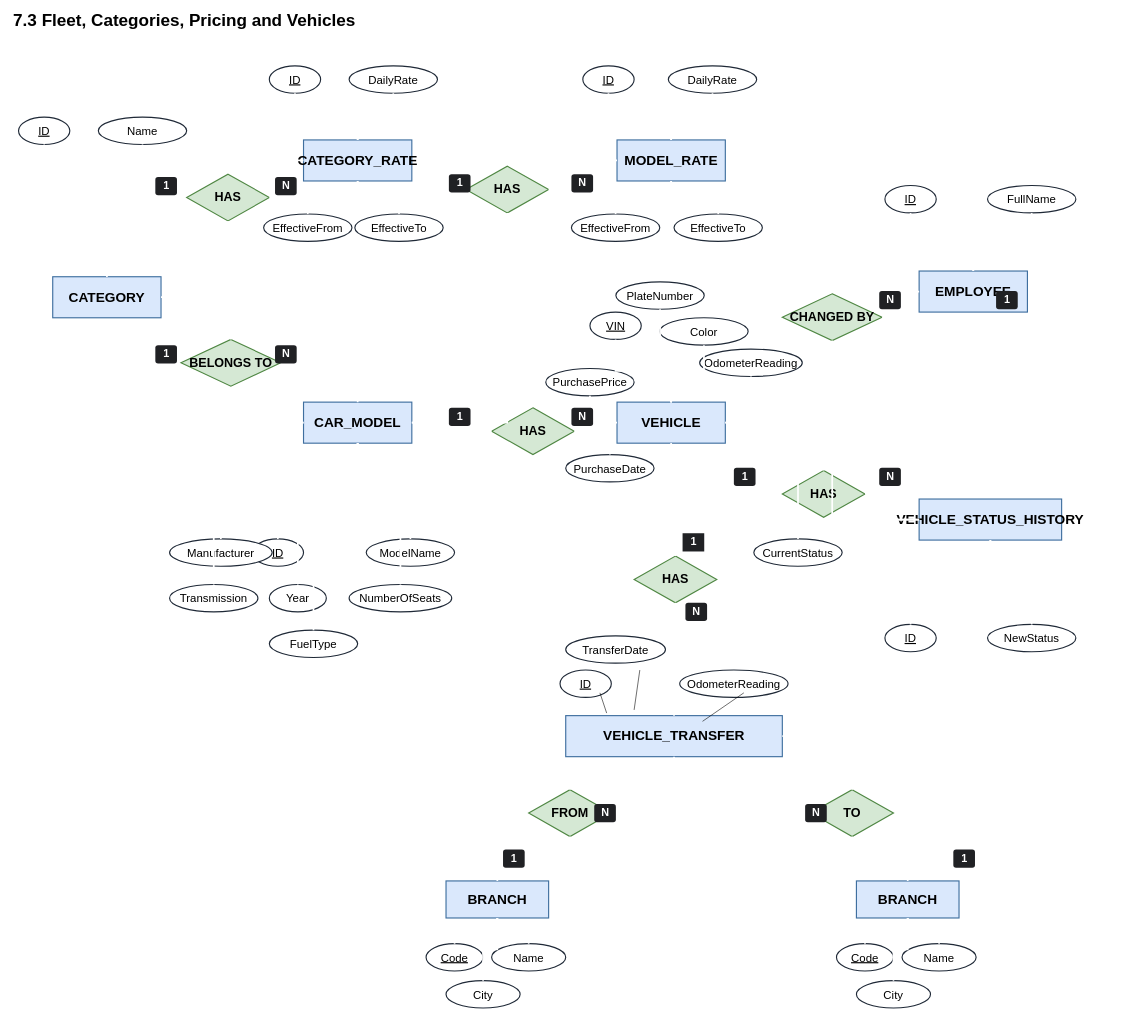
abdallahbdreldin/abdallahbdreldin-Database-Assignment-1 keeps this draw.io diagram as page "Page-3" (3 of 16) of submission/assignment/DriveNow.drawio. Above is the earlier version. Source tidied: cells renumbered, new cells numbered last; positions are measured from the earlier drawing's top-left corner, leaving out a move shared by most shapes. Both pictures are drawn from the tidied source at 57%, with x=0, y=0 at pixel (10, 14).
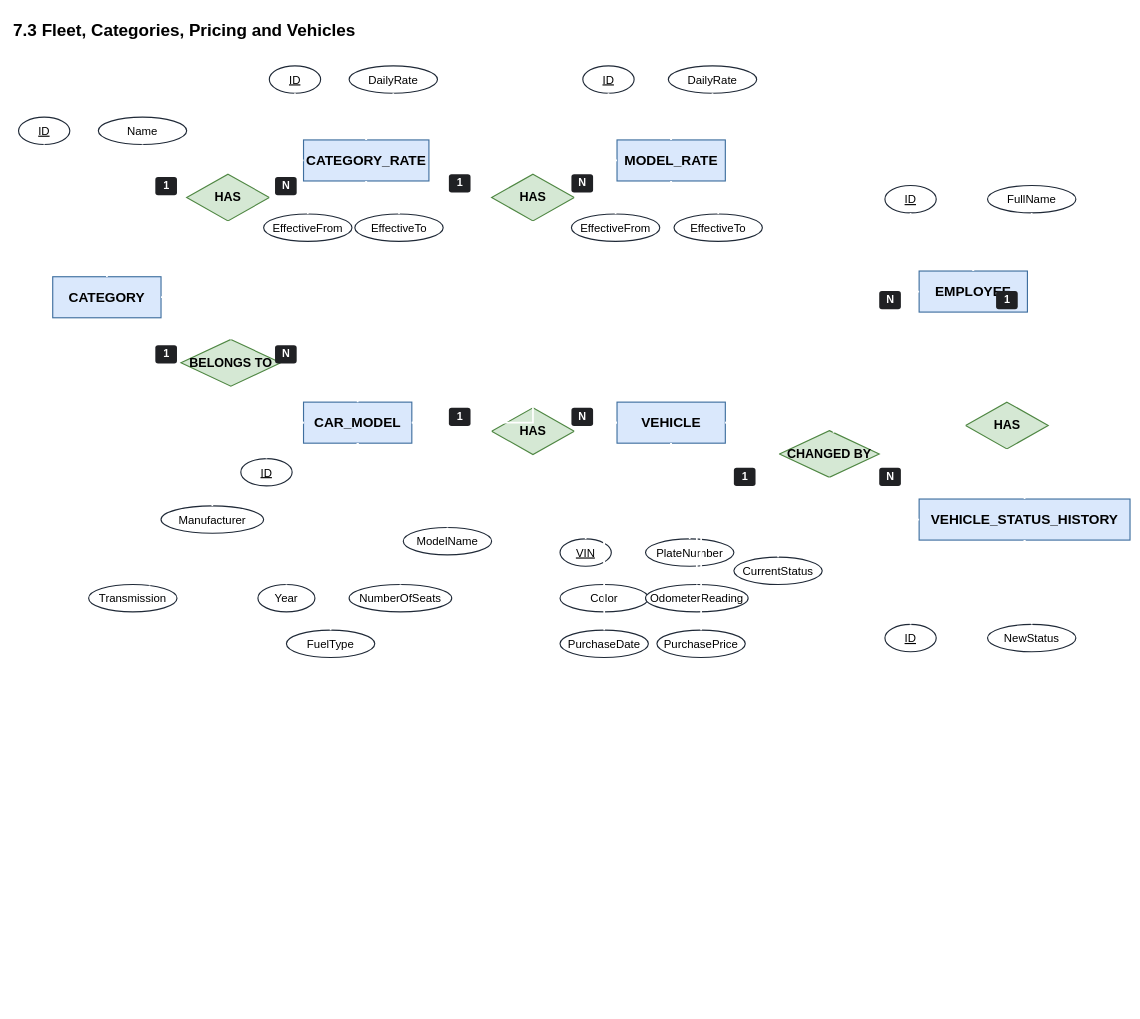
The same diagram, later.

The change refers to these unchanged cells:
```xml
<mxCell id="5" value="CAR_MODEL" style="rounded=0;whiteSpace=wrap;html=1;fillColor=#DAE8FC;strokeColor=#3F6F9F;strokeWidth=2;fontStyle=1;fontSize=24;fontColor=#000000;" parent="1" vertex="1">
  <mxGeometry x="515" y="680" width="190" height="72" as="geometry" />
</mxCell>
<mxCell id="6" value="MODEL_RATE" style="rounded=0;whiteSpace=wrap;html=1;fillColor=#DAE8FC;strokeColor=#3F6F9F;strokeWidth=2;fontStyle=1;fontSize=24;fontColor=#000000;" parent="1" vertex="1">
  <mxGeometry x="1065" y="220" width="190" height="72" as="geometry" />
</mxCell>
<mxCell id="7" value="VEHICLE" style="rounded=0;whiteSpace=wrap;html=1;fillColor=#DAE8FC;strokeColor=#3F6F9F;strokeWidth=2;fontStyle=1;fontSize=24;fontColor=#000000;" parent="1" vertex="1">
  <mxGeometry x="1065" y="680" width="190" height="72" as="geometry" />
</mxCell>
<mxCell id="9" value="EMPLOYEE" style="rounded=0;whiteSpace=wrap;html=1;fillColor=#DAE8FC;strokeColor=#3F6F9F;strokeWidth=2;fontStyle=1;fontSize=24;fontColor=#000000;" parent="1" vertex="1">
  <mxGeometry x="1595" y="450" width="190" height="72" as="geometry" />
</mxCell>
```

Diff of the diagram source:
```diff
@@
-    <mxCell id="2" value="7.3 Fleet, Categories, Pricing and Vehicles&lt;div&gt;&lt;br&gt;&lt;/div&gt;" style="text;html=1;align=left;verticalAlign=middle;fontStyle=1;fontSize=30;strokeColor=none;fillColor=#FFFFFF;fontColor=#000000;rounded=1;spacing=6;" parent="1" vertex="1">
+    <mxCell id="2" value="7.3 Fleet, Categories, Pricing and Vehicles" style="text;html=1;align=left;verticalAlign=middle;fontStyle=1;fontSize=30;strokeColor=none;fillColor=#FFFFFF;fontColor=#000000;rounded=1;spacing=6;" parent="1" vertex="1">
       <mxGeometry width="1500" height="55" as="geometry" />
     </mxCell>
@@
     <mxCell id="4" value="CATEGORY_RATE" style="rounded=0;whiteSpace=wrap;html=1;fillColor=#DAE8FC;strokeColor=#3F6F9F;strokeWidth=2;fontStyle=1;fontSize=24;fontColor=#000000;" parent="1" vertex="1">
-      <mxGeometry x="515" y="220" width="190" height="72" as="geometry" />
+      <mxGeometry x="515" y="220" width="220" height="72" as="geometry" />
     </mxCell>
@@
     <mxCell id="8" value="VEHICLE_STATUS_HISTORY" style="rounded=0;whiteSpace=wrap;html=1;fillColor=#DAE8FC;strokeColor=#3F6F9F;strokeWidth=2;fontStyle=1;fontSize=24;fontColor=#000000;" parent="1" vertex="1">
-      <mxGeometry x="1595" y="850" width="250" height="72" as="geometry" />
+      <mxGeometry x="1595" y="850" width="370" height="72" as="geometry" />
     </mxCell>
@@
-    <mxCell id="12" value="HAS" style="rhombus;whiteSpace=wrap;html=1;fillColor=#D5E8D4;strokeColor=#4F8743;strokeWidth=2;fontStyle=1;fontSize=22;fontColor=#000000;" parent="1" vertex="1">
-      <mxGeometry x="800" y="266" width="145" height="82" as="geometry" />
-    </mxCell>
+    <mxCell id="132" value="HAS" style="rhombus;whiteSpace=wrap;html=1;fillColor=#D5E8D4;strokeColor=#4F8743;strokeWidth=2;fontStyle=1;fontSize=22;fontColor=#000000;" parent="1" vertex="1">
+      <mxGeometry x="845" y="280" width="145" height="82" as="geometry" />
+    </mxCell>
@@
-    <mxCell id="14" value="HAS" style="rhombus;whiteSpace=wrap;html=1;fillColor=#D5E8D4;strokeColor=#4F8743;strokeWidth=2;fontStyle=1;fontSize=22;fontColor=#000000;" parent="1" vertex="1">
-      <mxGeometry x="1355" y="800" width="145" height="82" as="geometry" />
-    </mxCell>
+    <mxCell id="133" value="HAS" style="rhombus;whiteSpace=wrap;html=1;fillColor=#D5E8D4;strokeColor=#4F8743;strokeWidth=2;fontStyle=1;fontSize=22;fontColor=#000000;" parent="1" vertex="1">
+      <mxGeometry x="1676.5" y="680" width="145" height="82" as="geometry" />
+    </mxCell>
     <mxCell id="15" value="CHANGED BY" style="rhombus;whiteSpace=wrap;html=1;fillColor=#D5E8D4;strokeColor=#4F8743;strokeWidth=2;fontStyle=1;fontSize=22;fontColor=#000000;" parent="1" vertex="1">
-      <mxGeometry x="1355" y="490" width="175" height="82" as="geometry" />
+      <mxGeometry x="1350" y="730" width="175" height="82" as="geometry" />
     </mxCell>
@@
-    <mxCell id="22" value="ID" style="ellipse;whiteSpace=wrap;html=1;fillColor=#FFFFFF;strokeColor=#1F2937;strokeWidth=2;fontSize=20;fontStyle=4;fontColor=#000000;" parent="1" vertex="1">
-      <mxGeometry x="425" y="920" width="90" height="48" as="geometry" />
-    </mxCell>
+    <mxCell id="134" value="ID" style="ellipse;whiteSpace=wrap;html=1;fillColor=#FFFFFF;strokeColor=#1F2937;strokeWidth=2;fontSize=20;fontStyle=4;fontColor=#000000;" parent="1" vertex="1">
+      <mxGeometry x="405" y="779" width="90" height="48" as="geometry" />
+    </mxCell>
     <mxCell id="23" value="Manufacturer" style="ellipse;whiteSpace=wrap;html=1;fillColor=#FFFFFF;strokeColor=#1F2937;strokeWidth=2;fontSize=20;fontColor=#000000;" parent="1" vertex="1">
-      <mxGeometry x="280" y="920" width="180" height="48" as="geometry" />
+      <mxGeometry x="265" y="862" width="180" height="48" as="geometry" />
     </mxCell>
     <mxCell id="24" value="ModelName" style="ellipse;whiteSpace=wrap;html=1;fillColor=#FFFFFF;strokeColor=#1F2937;strokeWidth=2;fontSize=20;fontColor=#000000;" parent="1" vertex="1">
-      <mxGeometry x="625" y="920" width="155" height="48" as="geometry" />
+      <mxGeometry x="690" y="900" width="155" height="48" as="geometry" />
     </mxCell>
     <mxCell id="25" value="Year" style="ellipse;whiteSpace=wrap;html=1;fillColor=#FFFFFF;strokeColor=#1F2937;strokeWidth=2;fontSize=20;fontColor=#000000;" parent="1" vertex="1">
-      <mxGeometry x="455" y="1000" width="100" height="48" as="geometry" />
+      <mxGeometry x="435" y="1000" width="100" height="48" as="geometry" />
     </mxCell>
@@
     <mxCell id="27" value="Transmission" style="ellipse;whiteSpace=wrap;html=1;fillColor=#FFFFFF;strokeColor=#1F2937;strokeWidth=2;fontSize=20;fontColor=#000000;" parent="1" vertex="1">
-      <mxGeometry x="280" y="1000" width="155" height="48" as="geometry" />
+      <mxGeometry x="138" y="1000" width="155" height="48" as="geometry" />
     </mxCell>
     <mxCell id="28" value="FuelType" style="ellipse;whiteSpace=wrap;html=1;fillColor=#FFFFFF;strokeColor=#1F2937;strokeWidth=2;fontSize=20;fontColor=#000000;" parent="1" vertex="1">
-      <mxGeometry x="455" y="1080" width="155" height="48" as="geometry" />
+      <mxGeometry x="485" y="1080" width="155" height="48" as="geometry" />
     </mxCell>
@@
     <mxCell id="33" value="VIN" style="ellipse;whiteSpace=wrap;html=1;fillColor=#FFFFFF;strokeColor=#1F2937;strokeWidth=2;fontSize=20;fontStyle=4;fontColor=#000000;" parent="1" vertex="1">
-      <mxGeometry x="1017.5" y="522" width="90" height="48" as="geometry" />
+      <mxGeometry x="965" y="920" width="90" height="48" as="geometry" />
     </mxCell>
     <mxCell id="34" value="PlateNumber" style="ellipse;whiteSpace=wrap;html=1;fillColor=#FFFFFF;strokeColor=#1F2937;strokeWidth=2;fontSize=20;fontColor=#000000;" parent="1" vertex="1">
-      <mxGeometry x="1063" y="469" width="155" height="48" as="geometry" />
+      <mxGeometry x="1115" y="920" width="155" height="48" as="geometry" />
     </mxCell>
     <mxCell id="35" value="Color" style="ellipse;whiteSpace=wrap;html=1;fillColor=#FFFFFF;strokeColor=#1F2937;strokeWidth=2;fontSize=20;fontColor=#000000;" parent="1" vertex="1">
-      <mxGeometry x="1140" y="532" width="155" height="48" as="geometry" />
+      <mxGeometry x="965" y="1000" width="155" height="48" as="geometry" />
     </mxCell>
-    <mxCell id="36" value="OdometerReading" style="ellipse;whiteSpace=wrap;html=1;fillColor=#FFFFFF;strokeColor=#1F2937;strokeWidth=2;fontSize=20;fontColor=#000000;" parent="1" vertex="1">
-      <mxGeometry x="1210" y="587" width="180" height="48" as="geometry" />
-    </mxCell>
+    <mxCell id="135" value="OdometerReading" style="ellipse;whiteSpace=wrap;html=1;fillColor=#FFFFFF;strokeColor=#1F2937;strokeWidth=2;fontSize=20;fontColor=#000000;" parent="1" vertex="1">
+      <mxGeometry x="1115" y="1000" width="180" height="48" as="geometry" />
+    </mxCell>
     <mxCell id="37" value="PurchaseDate" style="ellipse;whiteSpace=wrap;html=1;fillColor=#FFFFFF;strokeColor=#1F2937;strokeWidth=2;fontSize=20;fontColor=#000000;" parent="1" vertex="1">
-      <mxGeometry x="975" y="772" width="155" height="48" as="geometry" />
+      <mxGeometry x="965" y="1080" width="155" height="48" as="geometry" />
     </mxCell>
     <mxCell id="38" value="PurchasePrice" style="ellipse;whiteSpace=wrap;html=1;fillColor=#FFFFFF;strokeColor=#1F2937;strokeWidth=2;fontSize=20;fontColor=#000000;" parent="1" vertex="1">
-      <mxGeometry x="940" y="621" width="155" height="48" as="geometry" />
+      <mxGeometry x="1135" y="1080" width="155" height="48" as="geometry" />
     </mxCell>
     <mxCell id="39" value="CurrentStatus" style="ellipse;whiteSpace=wrap;html=1;fillColor=#FFFFFF;strokeColor=#1F2937;strokeWidth=2;fontSize=20;fontColor=#000000;" parent="1" vertex="1">
-      <mxGeometry x="1305" y="920" width="155" height="48" as="geometry" />
+      <mxGeometry x="1270" y="952" width="155" height="48" as="geometry" />
     </mxCell>
@@
-    <mxCell id="48" style="edgeStyle=orthogonalEdgeStyle;rounded=0;html=1;strokeColor=#FFFFFF;strokeWidth=3;startArrow=none;endArrow=none;" parent="1" edge="1" source="5" target="12">
-      <mxGeometry relative="1" as="geometry" />
-    </mxCell>
-    <mxCell id="49" style="edgeStyle=orthogonalEdgeStyle;rounded=0;html=1;strokeColor=#FFFFFF;strokeWidth=3;startArrow=none;endArrow=none;" parent="1" edge="1" source="12" target="6">
-      <mxGeometry relative="1" as="geometry" />
-    </mxCell>
+    <mxCell id="136" style="edgeStyle=orthogonalEdgeStyle;rounded=0;html=1;strokeColor=#FFFFFF;strokeWidth=3;startArrow=none;endArrow=none;" parent="1" edge="1" source="5" target="132">
+      <mxGeometry relative="1" as="geometry" />
+    </mxCell>
+    <mxCell id="137" style="edgeStyle=orthogonalEdgeStyle;rounded=0;html=1;strokeColor=#FFFFFF;strokeWidth=3;startArrow=none;endArrow=none;" parent="1" edge="1" source="132" target="6">
+      <mxGeometry relative="1" as="geometry" />
+    </mxCell>
@@
-    <mxCell id="52" style="edgeStyle=orthogonalEdgeStyle;rounded=0;html=1;strokeColor=#FFFFFF;strokeWidth=3;startArrow=none;endArrow=none;" parent="1" edge="1" source="7" target="14">
-      <mxGeometry relative="1" as="geometry" />
-    </mxCell>
-    <mxCell id="53" style="edgeStyle=orthogonalEdgeStyle;rounded=0;html=1;strokeColor=#FFFFFF;strokeWidth=3;startArrow=none;endArrow=none;" parent="1" edge="1" source="14" target="8">
-      <mxGeometry relative="1" as="geometry" />
-    </mxCell>
+    <mxCell id="138" style="edgeStyle=orthogonalEdgeStyle;rounded=0;html=1;strokeColor=#FFFFFF;strokeWidth=3;startArrow=none;endArrow=none;" parent="1" edge="1" source="7" target="133">
+      <mxGeometry relative="1" as="geometry" />
+    </mxCell>
+    <mxCell id="139" style="edgeStyle=orthogonalEdgeStyle;rounded=0;html=1;strokeColor=#FFFFFF;strokeWidth=3;startArrow=none;endArrow=none;" parent="1" edge="1" source="133" target="8">
+      <mxGeometry relative="1" as="geometry" />
+    </mxCell>
@@
     <mxCell id="55" style="edgeStyle=orthogonalEdgeStyle;rounded=0;html=1;strokeColor=#FFFFFF;strokeWidth=3;startArrow=none;endArrow=none;" parent="1" edge="1" source="15" target="9">
-      <mxGeometry relative="1" as="geometry" />
+      <mxGeometry relative="1" as="geometry">
+        <Array as="points">
+          <mxPoint x="1445" y="486" />
+        </Array>
+      </mxGeometry>
     </mxCell>
@@
-    <mxCell id="62" style="edgeStyle=orthogonalEdgeStyle;rounded=0;html=1;strokeColor=#FFFFFF;strokeWidth=3;startArrow=none;endArrow=none;" parent="1" edge="1" source="5" target="22">
-      <mxGeometry relative="1" as="geometry" />
-    </mxCell>
+    <mxCell id="140" style="edgeStyle=orthogonalEdgeStyle;rounded=0;html=1;strokeColor=#FFFFFF;strokeWidth=3;startArrow=none;endArrow=none;" parent="1" edge="1" source="5" target="134">
+      <mxGeometry relative="1" as="geometry" />
+    </mxCell>
@@
     <mxCell id="67" style="edgeStyle=orthogonalEdgeStyle;rounded=0;html=1;strokeColor=#FFFFFF;strokeWidth=3;startArrow=none;endArrow=none;" parent="1" edge="1" source="5" target="27">
-      <mxGeometry relative="1" as="geometry" />
+      <mxGeometry relative="1" as="geometry">
+        <Array as="points">
+          <mxPoint x="245" y="716" />
+          <mxPoint x="245" y="1024" />
+          <mxPoint x="142" y="1024" />
+        </Array>
+      </mxGeometry>
     </mxCell>
@@
-    <mxCell id="76" style="edgeStyle=orthogonalEdgeStyle;rounded=0;html=1;strokeColor=#FFFFFF;strokeWidth=3;startArrow=none;endArrow=none;" parent="1" edge="1" source="7" target="36">
-      <mxGeometry relative="1" as="geometry" />
-    </mxCell>
+    <mxCell id="141" style="edgeStyle=orthogonalEdgeStyle;rounded=0;html=1;strokeColor=#FFFFFF;strokeWidth=3;startArrow=none;endArrow=none;" parent="1" edge="1" source="7" target="135">
+      <mxGeometry relative="1" as="geometry" />
+    </mxCell>
@@
-    <mxCell id="96" value="VEHICLE_TRANSFER" style="rounded=0;whiteSpace=wrap;html=1;fillColor=#DAE8FC;strokeColor=#3F6F9F;strokeWidth=2;fontStyle=1;fontSize=24;fontColor=#000000;" parent="1" vertex="1">
-      <mxGeometry x="975" y="1230" width="380" height="72" as="geometry" />
-    </mxCell>
-    <mxCell id="97" value="BRANCH" style="rounded=0;whiteSpace=wrap;html=1;fillColor=#DAE8FC;strokeColor=#3F6F9F;strokeWidth=2;fontStyle=1;fontSize=24;fontColor=#000000;" parent="1" vertex="1">
-      <mxGeometry x="765" y="1520" width="180" height="65" as="geometry" />
-    </mxCell>
-    <mxCell id="98" value="BRANCH" style="rounded=0;whiteSpace=wrap;html=1;fillColor=#DAE8FC;strokeColor=#3F6F9F;strokeWidth=2;fontStyle=1;fontSize=24;fontColor=#000000;" parent="1" vertex="1">
-      <mxGeometry x="1485" y="1520" width="180" height="65" as="geometry" />
-    </mxCell>
-    <mxCell id="99" value="HAS" style="rhombus;whiteSpace=wrap;html=1;fillColor=#D5E8D4;strokeColor=#4F8743;strokeWidth=2;fontStyle=1;fontSize=22;fontColor=#000000;" parent="1" vertex="1">
-      <mxGeometry x="1095" y="950" width="145" height="82" as="geometry" />
-    </mxCell>
-    <mxCell id="100" value="FROM" style="rhombus;whiteSpace=wrap;html=1;fillColor=#D5E8D4;strokeColor=#4F8743;strokeWidth=2;fontStyle=1;fontSize=22;fontColor=#000000;" parent="1" vertex="1">
-      <mxGeometry x="910" y="1360" width="145" height="82" as="geometry" />
-    </mxCell>
-    <mxCell id="101" value="TO" style="rhombus;whiteSpace=wrap;html=1;fillColor=#D5E8D4;strokeColor=#4F8743;strokeWidth=2;fontStyle=1;fontSize=22;fontColor=#000000;" parent="1" vertex="1">
-      <mxGeometry x="1405" y="1360" width="145" height="82" as="geometry" />
-    </mxCell>
-    <mxCell id="102" style="edgeStyle=orthogonalEdgeStyle;rounded=0;html=1;strokeColor=#FFFFFF;strokeWidth=3;startArrow=none;endArrow=none;" parent="1" edge="1" source="7" target="99">
-      <mxGeometry relative="1" as="geometry" />
-    </mxCell>
-    <mxCell id="103" style="edgeStyle=orthogonalEdgeStyle;rounded=0;html=1;strokeColor=#FFFFFF;strokeWidth=3;startArrow=none;endArrow=none;" parent="1" edge="1" source="99" target="96">
-      <mxGeometry relative="1" as="geometry" />
-    </mxCell>
-    <mxCell id="104" style="edgeStyle=orthogonalEdgeStyle;rounded=0;html=1;strokeColor=#FFFFFF;strokeWidth=3;startArrow=none;endArrow=none;" parent="1" edge="1" source="96" target="100">
-      <mxGeometry relative="1" as="geometry" />
-    </mxCell>
-    <mxCell id="105" style="edgeStyle=orthogonalEdgeStyle;rounded=0;html=1;strokeColor=#FFFFFF;strokeWidth=3;startArrow=none;endArrow=none;" parent="1" edge="1" source="100" target="97">
-      <mxGeometry relative="1" as="geometry" />
-    </mxCell>
-    <mxCell id="106" style="edgeStyle=orthogonalEdgeStyle;rounded=0;html=1;strokeColor=#FFFFFF;strokeWidth=3;startArrow=none;endArrow=none;" parent="1" edge="1" source="96" target="101">
-      <mxGeometry relative="1" as="geometry" />
-    </mxCell>
-    <mxCell id="107" style="edgeStyle=orthogonalEdgeStyle;rounded=0;html=1;strokeColor=#FFFFFF;strokeWidth=3;startArrow=none;endArrow=none;" parent="1" edge="1" source="101" target="98">
-      <mxGeometry relative="1" as="geometry" />
-    </mxCell>
-    <mxCell id="108" value="ID" style="ellipse;whiteSpace=wrap;html=1;fillColor=#FFFFFF;strokeColor=#1F2937;strokeWidth=2;fontSize=20;fontStyle=4;fontColor=#000000;" parent="1" vertex="1">
-      <mxGeometry x="965" y="1150" width="90" height="48" as="geometry" />
-    </mxCell>
-    <mxCell id="109" value="TransferDate" style="ellipse;whiteSpace=wrap;html=1;fillColor=#FFFFFF;strokeColor=#1F2937;strokeWidth=2;fontSize=20;fontColor=#000000;" parent="1" vertex="1">
-      <mxGeometry x="975" y="1090" width="175" height="48" as="geometry" />
-    </mxCell>
-    <mxCell id="110" value="OdometerReading" style="ellipse;whiteSpace=wrap;html=1;fillColor=#FFFFFF;strokeColor=#1F2937;strokeWidth=2;fontSize=20;fontColor=#000000;" parent="1" vertex="1">
-      <mxGeometry x="1175" y="1150" width="190" height="48" as="geometry" />
-    </mxCell>
-    <mxCell id="111" value="Code" style="ellipse;whiteSpace=wrap;html=1;fillColor=#FFFFFF;strokeColor=#1F2937;strokeWidth=2;fontSize=20;fontStyle=4;fontColor=#000000;" parent="1" vertex="1">
-      <mxGeometry x="730" y="1630" width="100" height="48" as="geometry" />
-    </mxCell>
-    <mxCell id="112" value="Name" style="ellipse;whiteSpace=wrap;html=1;fillColor=#FFFFFF;strokeColor=#1F2937;strokeWidth=2;fontSize=20;fontColor=#000000;" parent="1" vertex="1">
-      <mxGeometry x="845" y="1630" width="130" height="48" as="geometry" />
-    </mxCell>
-    <mxCell id="113" value="City" style="ellipse;whiteSpace=wrap;html=1;fillColor=#FFFFFF;strokeColor=#1F2937;strokeWidth=2;fontSize=20;fontColor=#000000;" parent="1" vertex="1">
-      <mxGeometry x="765" y="1695" width="130" height="48" as="geometry" />
-    </mxCell>
-    <mxCell id="114" style="edgeStyle=orthogonalEdgeStyle;rounded=0;html=1;strokeColor=#FFFFFF;strokeWidth=3;startArrow=none;endArrow=none;" parent="1" edge="1" source="97" target="111">
-      <mxGeometry relative="1" as="geometry" />
-    </mxCell>
-    <mxCell id="115" style="edgeStyle=orthogonalEdgeStyle;rounded=0;html=1;strokeColor=#FFFFFF;strokeWidth=3;startArrow=none;endArrow=none;" parent="1" edge="1" source="97" target="112">
-      <mxGeometry relative="1" as="geometry" />
-    </mxCell>
-    <mxCell id="116" style="edgeStyle=orthogonalEdgeStyle;rounded=0;html=1;strokeColor=#FFFFFF;strokeWidth=3;startArrow=none;endArrow=none;" parent="1" edge="1" source="97" target="113">
-      <mxGeometry relative="1" as="geometry" />
-    </mxCell>
-    <mxCell id="117" value="Code" style="ellipse;whiteSpace=wrap;html=1;fillColor=#FFFFFF;strokeColor=#1F2937;strokeWidth=2;fontSize=20;fontStyle=4;fontColor=#000000;" parent="1" vertex="1">
-      <mxGeometry x="1450" y="1630" width="100" height="48" as="geometry" />
-    </mxCell>
-    <mxCell id="118" value="Name" style="ellipse;whiteSpace=wrap;html=1;fillColor=#FFFFFF;strokeColor=#1F2937;strokeWidth=2;fontSize=20;fontColor=#000000;" parent="1" vertex="1">
-      <mxGeometry x="1565" y="1630" width="130" height="48" as="geometry" />
-    </mxCell>
-    <mxCell id="119" value="City" style="ellipse;whiteSpace=wrap;html=1;fillColor=#FFFFFF;strokeColor=#1F2937;strokeWidth=2;fontSize=20;fontColor=#000000;" parent="1" vertex="1">
-      <mxGeometry x="1485" y="1695" width="130" height="48" as="geometry" />
-    </mxCell>
-    <mxCell id="120" style="edgeStyle=orthogonalEdgeStyle;rounded=0;html=1;strokeColor=#FFFFFF;strokeWidth=3;startArrow=none;endArrow=none;" parent="1" edge="1" source="98" target="117">
-      <mxGeometry relative="1" as="geometry" />
-    </mxCell>
-    <mxCell id="121" style="edgeStyle=orthogonalEdgeStyle;rounded=0;html=1;strokeColor=#FFFFFF;strokeWidth=3;startArrow=none;endArrow=none;" parent="1" edge="1" source="98" target="118">
-      <mxGeometry relative="1" as="geometry" />
-    </mxCell>
-    <mxCell id="122" style="edgeStyle=orthogonalEdgeStyle;rounded=0;html=1;strokeColor=#FFFFFF;strokeWidth=3;startArrow=none;endArrow=none;" parent="1" edge="1" source="98" target="119">
-      <mxGeometry relative="1" as="geometry" />
-    </mxCell>
-    <mxCell id="123" value="1" style="text;html=1;align=center;verticalAlign=middle;strokeColor=none;fillColor=#202124;fontSize=19;fontStyle=1;fontColor=#FFFFFF;rounded=1;spacing=4;arcSize=0;" parent="1" vertex="1">
-      <mxGeometry x="1180" y="910" width="38" height="32" as="geometry" />
-    </mxCell>
-    <mxCell id="124" value="N" style="text;html=1;align=center;verticalAlign=middle;strokeColor=none;fillColor=#202124;fontSize=19;fontStyle=1;fontColor=#FFFFFF;rounded=1;spacing=4;" parent="1" vertex="1">
-      <mxGeometry x="1185" y="1032" width="38" height="32" as="geometry" />
-    </mxCell>
-    <mxCell id="125" value="N" style="text;html=1;align=center;verticalAlign=middle;strokeColor=none;fillColor=#202124;fontSize=19;fontStyle=1;fontColor=#FFFFFF;rounded=1;spacing=4;" parent="1" vertex="1">
-      <mxGeometry x="1025" y="1385" width="38" height="32" as="geometry" />
-    </mxCell>
-    <mxCell id="126" value="1" style="text;html=1;align=center;verticalAlign=middle;strokeColor=none;fillColor=#202124;fontSize=19;fontStyle=1;fontColor=#FFFFFF;rounded=1;spacing=4;" parent="1" vertex="1">
-      <mxGeometry x="865" y="1465" width="38" height="32" as="geometry" />
-    </mxCell>
-    <mxCell id="127" value="N" style="text;html=1;align=center;verticalAlign=middle;strokeColor=none;fillColor=#202124;fontSize=19;fontStyle=1;fontColor=#FFFFFF;rounded=1;spacing=4;" parent="1" vertex="1">
-      <mxGeometry x="1395" y="1385" width="38" height="32" as="geometry" />
-    </mxCell>
-    <mxCell id="128" value="1" style="text;html=1;align=center;verticalAlign=middle;strokeColor=none;fillColor=#202124;fontSize=19;fontStyle=1;fontColor=#FFFFFF;rounded=1;spacing=4;" parent="1" vertex="1">
-      <mxGeometry x="1655" y="1465" width="38" height="32" as="geometry" />
-    </mxCell>
-    <mxCell id="129" style="endArrow=none;html=1;rounded=0;exitX=0.189;exitY=-0.062;exitDx=0;exitDy=0;exitPerimeter=0;" parent="1" edge="1" source="96">
-      <mxGeometry relative="1" as="geometry">
-        <mxPoint x="1035" y="1190" as="targetPoint" />
-      </mxGeometry>
-    </mxCell>
-    <mxCell id="130" style="endArrow=none;html=1;rounded=0;" parent="1" edge="1">
-      <mxGeometry relative="1" as="geometry">
-        <mxPoint x="1095" y="1220" as="sourcePoint" />
-        <mxPoint x="1105" y="1150" as="targetPoint" />
-      </mxGeometry>
-    </mxCell>
-    <mxCell id="131" style="endArrow=none;html=1;rounded=0;" parent="1" edge="1">
-      <mxGeometry relative="1" as="geometry">
-        <mxPoint x="1215" y="1240" as="sourcePoint" />
-        <mxPoint x="1287.5" y="1190" as="targetPoint" />
-      </mxGeometry>
-    </mxCell>
```
